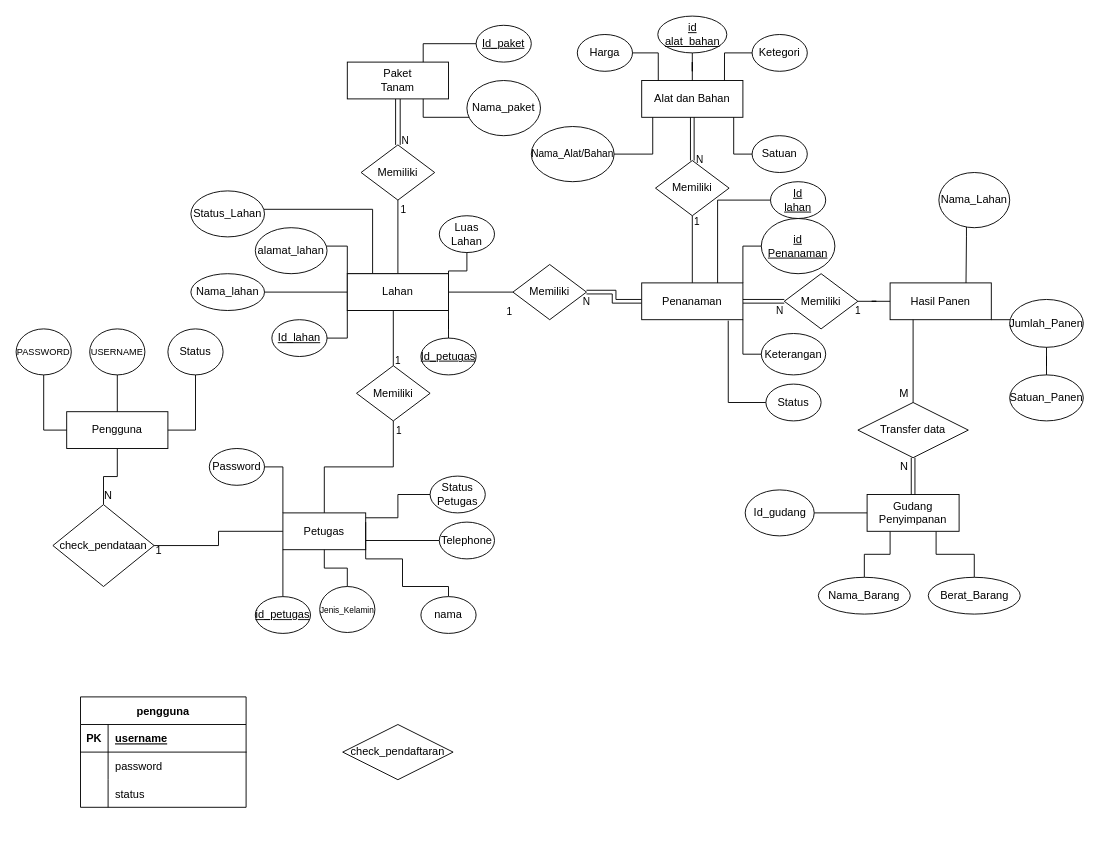
This is basis-data/sistem_ladang_ERD.drawio from Rizqirazkafi/kuliah-y2, a draw.io file, before an edit. Source tidied: cells renumbered, new cells numbered last; positions are measured from the earlier drawing's top-left corner, leaving out a move shared by most shapes. Both pictures are drawn from the tidied source at 92%, with x=0, y=0 at pixel (16, -472).
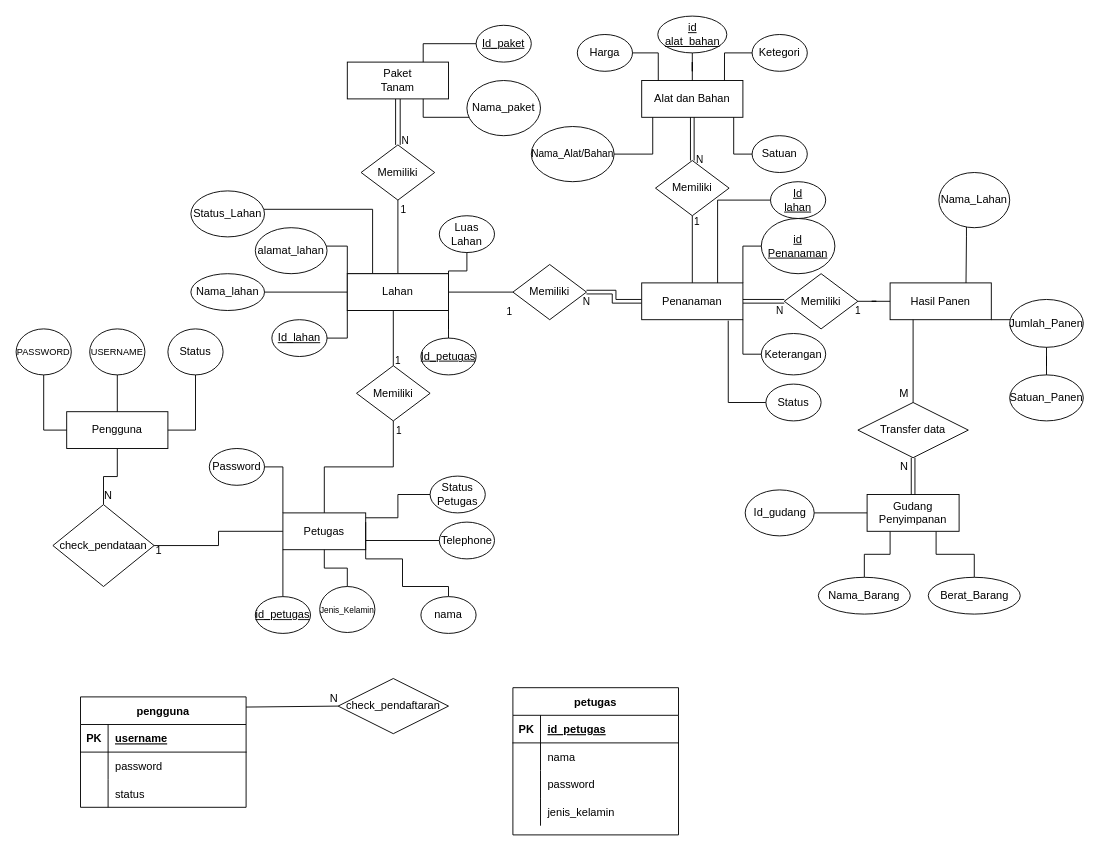
The same page after the edit.

The change refers to these unchanged cells:
```xml
<mxCell id="107" value="pengguna" style="shape=table;startSize=30;childLayout=tableLayout;rowLines=0;fontStyle=1;align=center;" parent="1" vertex="1">
  <mxGeometry x="70" y="1270" width="180" height="120" as="geometry" />
</mxCell>
```

The edit, as a diff of the source:
```diff
@@
     <mxCell id="117" value="check_pendaftaran" style="shape=rhombus;perimeter=rhombusPerimeter;whiteSpace=wrap;html=1;align=center;" parent="1" vertex="1">
-      <mxGeometry x="355" y="1300" width="120" height="60" as="geometry" />
+      <mxGeometry x="350" y="1250" width="120" height="60" as="geometry" />
     </mxCell>
+    <mxCell id="118" style="endArrow=none;html=1;rounded=0;entryX=0;entryY=0.5;entryDx=0;entryDy=0;exitX=1;exitY=0.092;exitDx=0;exitDy=0;exitPerimeter=0;" parent="1" edge="1" source="107" target="117">
+      <mxGeometry relative="1" as="geometry" />
+    </mxCell>
+    <mxCell id="119" value="N" style="html=1;align=right;verticalAlign=bottom;" parent="118" vertex="1">
+      <mxGeometry x="1" relative="1" as="geometry" />
+    </mxCell>
+    <mxCell id="120" value="petugas" style="shape=table;startSize=30;childLayout=tableLayout;rowLines=0;fontStyle=1;align=center;" parent="1" vertex="1">
+      <mxGeometry x="540" y="1260" width="180" height="160" as="geometry" />
+    </mxCell>
+    <mxCell id="121" style="shape=partialRectangle;fillColor=none;top=0;left=0;bottom=1;right=0;" parent="120" vertex="1">
+      <mxGeometry y="30" width="180" height="30" as="geometry" />
+    </mxCell>
+    <mxCell id="122" value="PK" style="shape=partialRectangle;fillColor=none;top=0;left=0;bottom=0;right=0;fontStyle=1;overflow=hidden;" parent="121" vertex="1">
+      <mxGeometry width="30" height="30" as="geometry" />
+    </mxCell>
+    <mxCell id="123" value="id_petugas" style="shape=partialRectangle;fillColor=none;top=0;left=0;bottom=0;right=0;align=left;spacingLeft=6;fontStyle=5;overflow=hidden;" parent="121" vertex="1">
+      <mxGeometry x="30" width="150" height="30" as="geometry" />
+    </mxCell>
+    <mxCell id="124" style="shape=partialRectangle;fillColor=none;top=0;left=0;bottom=0;right=0;" parent="120" vertex="1">
+      <mxGeometry y="60" width="180" height="30" as="geometry" />
+    </mxCell>
+    <mxCell id="125" style="shape=partialRectangle;fillColor=none;top=0;left=0;bottom=0;right=0;overflow=hidden;" parent="124" vertex="1">
+      <mxGeometry width="30" height="30" as="geometry" />
+    </mxCell>
+    <mxCell id="126" value="nama" style="shape=partialRectangle;fillColor=none;top=0;left=0;bottom=0;right=0;align=left;spacingLeft=6;overflow=hidden;" parent="124" vertex="1">
+      <mxGeometry x="30" width="150" height="30" as="geometry" />
+    </mxCell>
+    <mxCell id="127" style="shape=partialRectangle;fillColor=none;top=0;left=0;bottom=0;right=0;" parent="120" vertex="1">
+      <mxGeometry y="90" width="180" height="30" as="geometry" />
+    </mxCell>
+    <mxCell id="128" style="shape=partialRectangle;fillColor=none;top=0;left=0;bottom=0;right=0;overflow=hidden;" parent="127" vertex="1">
+      <mxGeometry width="30" height="30" as="geometry" />
+    </mxCell>
+    <mxCell id="129" value="password" style="shape=partialRectangle;fillColor=none;top=0;left=0;bottom=0;right=0;align=left;spacingLeft=6;overflow=hidden;" parent="127" vertex="1">
+      <mxGeometry x="30" width="150" height="30" as="geometry" />
+    </mxCell>
+    <mxCell id="130" style="shape=partialRectangle;fillColor=none;top=0;left=0;bottom=0;right=0;" parent="120" vertex="1">
+      <mxGeometry y="120" width="180" height="30" as="geometry" />
+    </mxCell>
+    <mxCell id="131" style="shape=partialRectangle;fillColor=none;top=0;left=0;bottom=0;right=0;overflow=hidden;" parent="130" vertex="1">
+      <mxGeometry width="30" height="30" as="geometry" />
+    </mxCell>
+    <mxCell id="132" value="jenis_kelamin" style="shape=partialRectangle;fillColor=none;top=0;left=0;bottom=0;right=0;align=left;spacingLeft=6;overflow=hidden;" parent="130" vertex="1">
+      <mxGeometry x="30" width="150" height="30" as="geometry" />
+    </mxCell>
```
